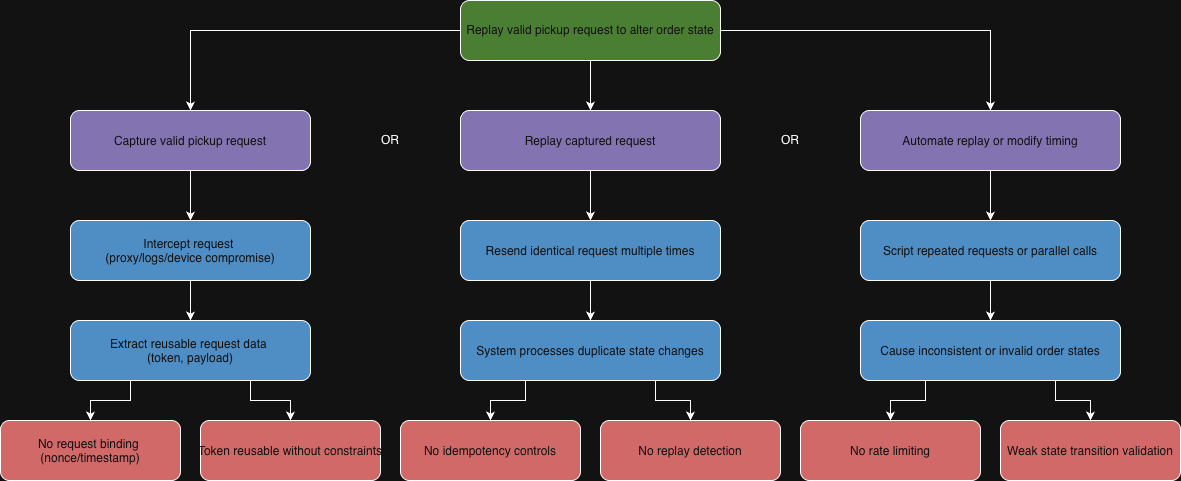
mei-desofs/desofs2026-thu_crr_1 keeps this draw.io diagram as docs/attack-trees/marco1250685/images/replay-pickup.png. Above is the earlier version. Source tidied: cells renumbered, new cells last; positions are measured from the earlier drawing's top-left corner, leaving out a move shared by most shapes.
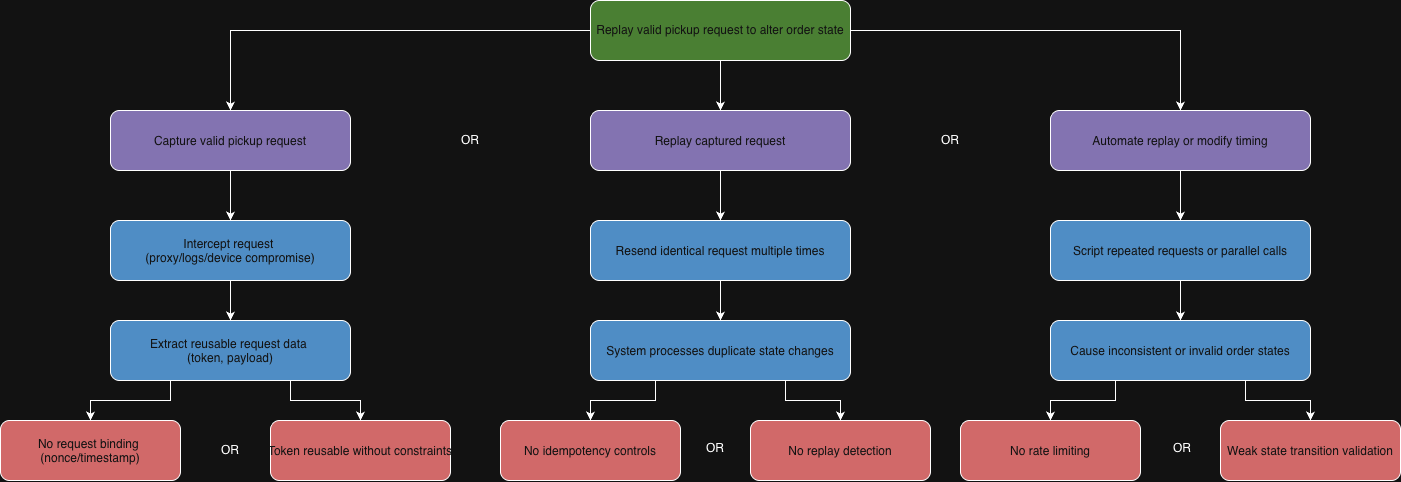
The same file after the commit.

What changed in the source:
```diff
@@ -18,13 +18,13 @@
       <mxGeometry relative="1" as="geometry" />
     </mxCell>
     <mxCell id="7" value="Capture valid pickup request" style="rounded=1;fillColor=#8e7cc3;fontColor=#ffffff;" parent="1" vertex="1">
-      <mxGeometry x="70" y="110" width="240" height="60" as="geometry" />
+      <mxGeometry x="-20" y="110" width="240" height="60" as="geometry" />
     </mxCell>
     <mxCell id="8" style="edgeStyle=orthogonalEdgeStyle;rounded=0;jettySize=auto;html=1;exitX=0.5;exitY=1;exitDx=0;exitDy=0;entryX=0.5;entryY=0;entryDx=0;entryDy=0;" parent="1" edge="1" source="9" target="12">
       <mxGeometry relative="1" as="geometry" />
     </mxCell>
     <mxCell id="9" value="Intercept request &#10;(proxy/logs/device compromise)" style="rounded=1;fillColor=#3d85c6;fontColor=#ffffff;" parent="1" vertex="1">
-      <mxGeometry x="70" y="220" width="240" height="60" as="geometry" />
+      <mxGeometry x="-20" y="220" width="240" height="60" as="geometry" />
     </mxCell>
     <mxCell id="10" style="edgeStyle=orthogonalEdgeStyle;rounded=0;jettySize=auto;html=1;exitX=0.25;exitY=1;exitDx=0;exitDy=0;entryX=0.5;entryY=0;entryDx=0;entryDy=0;" parent="1" edge="1" source="12" target="13">
       <mxGeometry relative="1" as="geometry" />
@@ -33,13 +33,13 @@
       <mxGeometry relative="1" as="geometry" />
     </mxCell>
     <mxCell id="12" value="Extract reusable request data &#10;(token, payload)" style="rounded=1;fillColor=#3d85c6;fontColor=#ffffff;" parent="1" vertex="1">
-      <mxGeometry x="70" y="320" width="240" height="60" as="geometry" />
+      <mxGeometry x="-20" y="320" width="240" height="60" as="geometry" />
     </mxCell>
     <mxCell id="13" value="No request binding &#10;(nonce/timestamp)" style="rounded=1;fillColor=#e06666;fontColor=#ffffff;" parent="1" vertex="1">
-      <mxGeometry y="420" width="180" height="60" as="geometry" />
+      <mxGeometry x="-130" y="420" width="180" height="60" as="geometry" />
     </mxCell>
     <mxCell id="14" value="Token reusable without constraints" style="rounded=1;fillColor=#e06666;fontColor=#ffffff;" parent="1" vertex="1">
-      <mxGeometry x="200" y="420" width="180" height="60" as="geometry" />
+      <mxGeometry x="140" y="420" width="180" height="60" as="geometry" />
     </mxCell>
     <mxCell id="15" style="edgeStyle=orthogonalEdgeStyle;rounded=0;jettySize=auto;html=1;exitX=0.5;exitY=1;exitDx=0;exitDy=0;entryX=0.5;entryY=0;entryDx=0;entryDy=0;" parent="1" edge="1" source="16" target="18">
       <mxGeometry relative="1" as="geometry" />
@@ -63,22 +63,22 @@
       <mxGeometry x="460" y="320" width="260" height="60" as="geometry" />
     </mxCell>
     <mxCell id="22" value="No idempotency controls" style="rounded=1;fillColor=#e06666;fontColor=#ffffff;" parent="1" vertex="1">
-      <mxGeometry x="400" y="420" width="180" height="60" as="geometry" />
+      <mxGeometry x="370" y="420" width="180" height="60" as="geometry" />
     </mxCell>
     <mxCell id="23" value="No replay detection" style="rounded=1;fillColor=#e06666;fontColor=#ffffff;" parent="1" vertex="1">
-      <mxGeometry x="600" y="420" width="180" height="60" as="geometry" />
+      <mxGeometry x="620" y="420" width="180" height="60" as="geometry" />
     </mxCell>
     <mxCell id="24" style="edgeStyle=orthogonalEdgeStyle;rounded=0;jettySize=auto;html=1;exitX=0.5;exitY=1;exitDx=0;exitDy=0;entryX=0.5;entryY=0;entryDx=0;entryDy=0;" parent="1" edge="1" source="25" target="27">
       <mxGeometry relative="1" as="geometry" />
     </mxCell>
     <mxCell id="25" value="Automate replay or modify timing" style="rounded=1;fillColor=#8e7cc3;fontColor=#ffffff;" parent="1" vertex="1">
-      <mxGeometry x="860" y="110" width="260" height="60" as="geometry" />
+      <mxGeometry x="920" y="110" width="260" height="60" as="geometry" />
     </mxCell>
     <mxCell id="26" style="edgeStyle=orthogonalEdgeStyle;rounded=0;jettySize=auto;html=1;exitX=0.5;exitY=1;exitDx=0;exitDy=0;entryX=0.5;entryY=0;entryDx=0;entryDy=0;" parent="1" edge="1" source="27" target="30">
       <mxGeometry relative="1" as="geometry" />
     </mxCell>
     <mxCell id="27" value="Script repeated requests or parallel calls" style="rounded=1;fillColor=#3d85c6;fontColor=#ffffff;" parent="1" vertex="1">
-      <mxGeometry x="860" y="220" width="260" height="60" as="geometry" />
+      <mxGeometry x="920" y="220" width="260" height="60" as="geometry" />
     </mxCell>
     <mxCell id="28" style="edgeStyle=orthogonalEdgeStyle;rounded=0;jettySize=auto;html=1;exitX=0.25;exitY=1;exitDx=0;exitDy=0;entryX=0.5;entryY=0;entryDx=0;entryDy=0;" parent="1" edge="1" source="30" target="31">
       <mxGeometry relative="1" as="geometry" />
@@ -87,19 +87,28 @@
       <mxGeometry relative="1" as="geometry" />
     </mxCell>
     <mxCell id="30" value="Cause inconsistent or invalid order states" style="rounded=1;fillColor=#3d85c6;fontColor=#ffffff;" parent="1" vertex="1">
-      <mxGeometry x="860" y="320" width="260" height="60" as="geometry" />
+      <mxGeometry x="920" y="320" width="260" height="60" as="geometry" />
     </mxCell>
     <mxCell id="31" value="No rate limiting" style="rounded=1;fillColor=#e06666;fontColor=#ffffff;" parent="1" vertex="1">
-      <mxGeometry x="800" y="420" width="180" height="60" as="geometry" />
+      <mxGeometry x="830" y="420" width="180" height="60" as="geometry" />
     </mxCell>
     <mxCell id="32" value="Weak state transition validation" style="rounded=1;fillColor=#e06666;fontColor=#ffffff;" parent="1" vertex="1">
-      <mxGeometry x="1000" y="420" width="180" height="60" as="geometry" />
+      <mxGeometry x="1090" y="420" width="180" height="60" as="geometry" />
     </mxCell>
     <mxCell id="33" value="OR" style="text;html=1;whiteSpace=wrap;strokeColor=none;fillColor=none;align=center;verticalAlign=middle;rounded=0;" parent="1" vertex="1">
-      <mxGeometry x="360" y="125" width="60" height="30" as="geometry" />
+      <mxGeometry x="310" y="125" width="60" height="30" as="geometry" />
     </mxCell>
     <mxCell id="34" value="OR" style="text;html=1;whiteSpace=wrap;strokeColor=none;fillColor=none;align=center;verticalAlign=middle;rounded=0;" parent="1" vertex="1">
-      <mxGeometry x="760" y="125" width="60" height="30" as="geometry" />
+      <mxGeometry x="790" y="125" width="60" height="30" as="geometry" />
     </mxCell>
+    <mxCell id="35" value="OR" style="text;html=1;whiteSpace=wrap;strokeColor=none;fillColor=none;align=center;verticalAlign=middle;rounded=0;" parent="1" vertex="1">
+      <mxGeometry x="70" y="435" width="60" height="30" as="geometry" />
+    </mxCell>
+    <mxCell id="36" value="OR" style="text;html=1;whiteSpace=wrap;strokeColor=none;fillColor=none;align=center;verticalAlign=middle;rounded=0;" parent="1" vertex="1">
+      <mxGeometry x="555" y="433" width="60" height="30" as="geometry" />
+    </mxCell>
+    <mxCell id="37" value="OR" style="text;html=1;whiteSpace=wrap;strokeColor=none;fillColor=none;align=center;verticalAlign=middle;rounded=0;" parent="1" vertex="1">
+      <mxGeometry x="1022" y="433" width="60" height="30" as="geometry" />
+    </mxCell>
   </root>
 </mxGraphModel>
```
